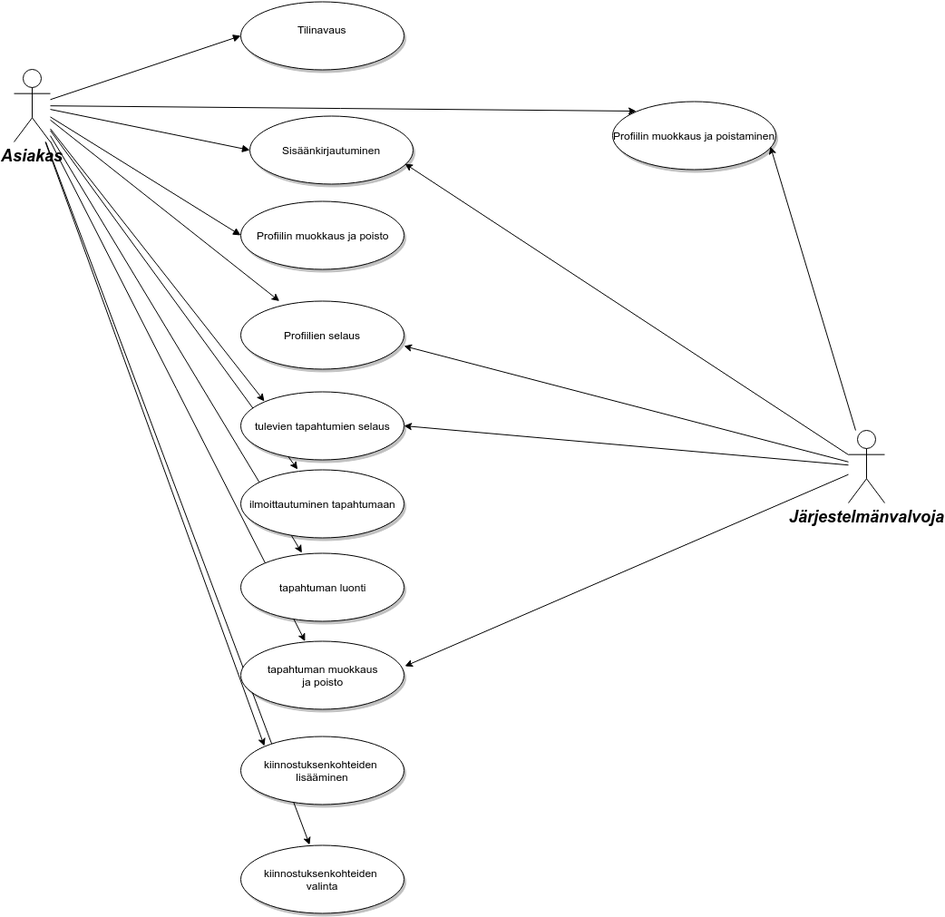
The draw.io diagram doc/-Life For The Oldies- käyttötapaukset .png in Ilpolainen/Tsoha-Bootstrap, before a commit. Source tidied: cells renumbered, new cells last; positions are measured from the earlier drawing's top-left corner, leaving out a move shared by most shapes.
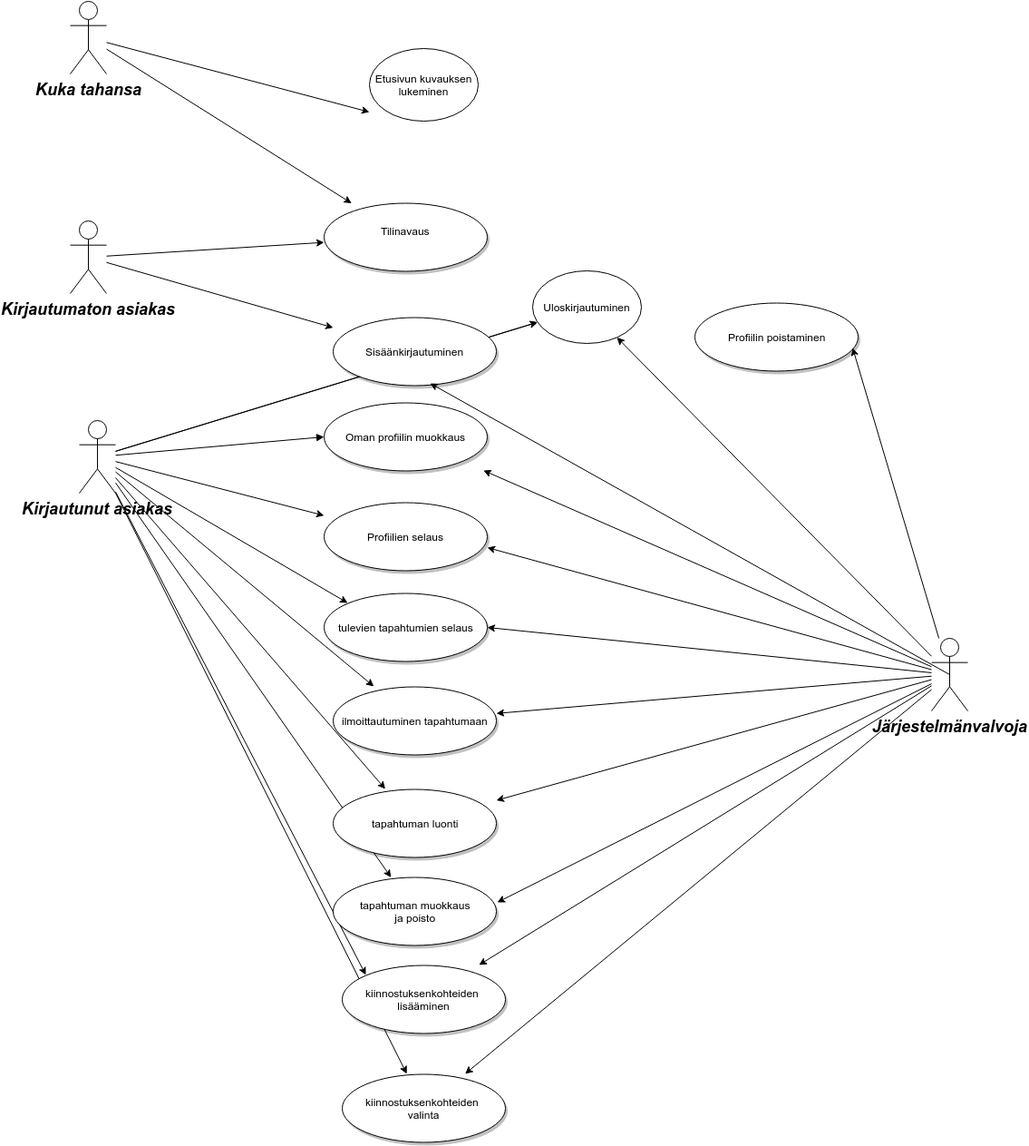
The same diagram one commit later.

Diff of the diagram source:
```diff
@@ -20,9 +20,6 @@
     <mxCell id="7" style="edgeStyle=none;rounded=0;html=1;jettySize=auto;" parent="1" edge="1" source="12" target="21">
       <mxGeometry relative="1" as="geometry" />
     </mxCell>
-    <mxCell id="8" style="edgeStyle=none;rounded=0;html=1;entryX=0.145;entryY=0.145;entryPerimeter=0;jettySize=auto;" parent="1" edge="1" source="12" target="20">
-      <mxGeometry relative="1" as="geometry" />
-    </mxCell>
     <mxCell id="9" style="edgeStyle=none;rounded=0;html=1;entryX=0.145;entryY=0.145;entryPerimeter=0;jettySize=auto;" parent="1" edge="1" source="12" target="29">
       <mxGeometry relative="1" as="geometry" />
     </mxCell>
@@ -32,8 +29,14 @@
     <mxCell id="11" style="edgeStyle=none;rounded=0;html=1;entryX=0.145;entryY=0.145;entryPerimeter=0;jettySize=auto;" parent="1" edge="1" source="12" target="18">
       <mxGeometry relative="1" as="geometry" />
     </mxCell>
+    <mxCell id="31" style="edgeStyle=none;rounded=0;html=1;jettySize=auto;" parent="1" edge="1" source="12" target="42">
+      <mxGeometry relative="1" as="geometry" />
+    </mxCell>
+    <mxCell id="32" style="edgeStyle=none;rounded=0;html=1;jettySize=auto;" parent="1" edge="1" source="12" target="42">
+      <mxGeometry relative="1" as="geometry" />
+    </mxCell>
-    <mxCell id="12" value="Asiakas&lt;div&gt;&lt;br&gt;&lt;/div&gt;" style="shape=umlActor;verticalLabelPosition=bottom;verticalAlign=top;fillColor=#FFFFFF;strokeColor=#000000;fontStyle=3;fontSize=18;fontFamily=Helvetica;strokeWidth=1;html=1;gradientColor=none;" parent="1" vertex="1">
-      <mxGeometry y="75" width="40" height="80" as="geometry" />
+    <mxCell id="12" value="Kirjautunut asiakas&lt;div&gt;&lt;br&gt;&lt;/div&gt;" style="shape=umlActor;verticalLabelPosition=bottom;verticalAlign=top;fillColor=#FFFFFF;strokeColor=#000000;fontStyle=3;fontSize=18;fontFamily=Helvetica;strokeWidth=1;html=1;gradientColor=none;" parent="1" vertex="1">
+      <mxGeometry x="-20" y="240" width="40" height="80" as="geometry" />
     </mxCell>
     <mxCell id="13" value="Sisäänkirjautuminen" style="shape=mxgraph.flowchart.on-page_reference;fillColor=#FFFFFF;strokeColor=#000000;strokeWidth=1;shadow=1;gradientColor=none;html=1;" parent="1" vertex="1">
       <mxGeometry x="260" y="126" width="180" height="75" as="geometry" />
@@ -41,33 +44,27 @@
     <mxCell id="14" value="Tilinavaus&lt;div&gt;&lt;br&gt;&lt;/div&gt;" style="shape=mxgraph.flowchart.on-page_reference;fillColor=#FFFFFF;strokeColor=#000000;strokeWidth=1;shadow=1;gradientColor=none;html=1;" parent="1" vertex="1">
       <mxGeometry x="250" y="0.5" width="180" height="75" as="geometry" />
     </mxCell>
-    <mxCell id="15" value="Profiilin muokkaus ja poisto" style="shape=mxgraph.flowchart.on-page_reference;fillColor=#FFFFFF;strokeColor=#000000;strokeWidth=1;shadow=1;gradientColor=none;html=1;" parent="1" vertex="1">
+    <mxCell id="15" value="Oman profiilin muokkaus" style="shape=mxgraph.flowchart.on-page_reference;fillColor=#FFFFFF;strokeColor=#000000;strokeWidth=1;shadow=1;gradientColor=none;html=1;" parent="1" vertex="1">
       <mxGeometry x="250" y="220" width="180" height="75" as="geometry" />
     </mxCell>
     <mxCell id="16" value="Profiilien selaus" style="shape=mxgraph.flowchart.on-page_reference;fillColor=#FFFFFF;strokeColor=#000000;strokeWidth=1;shadow=1;gradientColor=none;html=1;" parent="1" vertex="1">
       <mxGeometry x="250" y="330.5" width="180" height="75" as="geometry" />
     </mxCell>
     <mxCell id="17" value="tapahtuman luonti" style="shape=mxgraph.flowchart.on-page_reference;fillColor=#FFFFFF;strokeColor=#000000;strokeWidth=1;shadow=1;gradientColor=none;html=1;" parent="1" vertex="1">
-      <mxGeometry x="250" y="608" width="180" height="75" as="geometry" />
+      <mxGeometry x="260" y="646" width="180" height="75" as="geometry" />
     </mxCell>
     <mxCell id="18" value="tulevien tapahtumien selaus" style="shape=mxgraph.flowchart.on-page_reference;fillColor=#FFFFFF;strokeColor=#000000;strokeWidth=1;shadow=1;gradientColor=none;html=1;" parent="1" vertex="1">
       <mxGeometry x="250" y="430" width="180" height="75" as="geometry" />
     </mxCell>
     <mxCell id="19" value="ilmoittautuminen tapahtumaan" style="shape=mxgraph.flowchart.on-page_reference;fillColor=#FFFFFF;strokeColor=#000000;strokeWidth=1;shadow=1;gradientColor=none;html=1;" parent="1" vertex="1">
-      <mxGeometry x="250" y="516" width="180" height="75" as="geometry" />
+      <mxGeometry x="260" y="533" width="180" height="75" as="geometry" />
     </mxCell>
-    <mxCell id="20" value="Profiilin muokkaus ja poistaminen" style="shape=mxgraph.flowchart.on-page_reference;fillColor=#FFFFFF;strokeColor=#000000;strokeWidth=1;shadow=1;gradientColor=none;html=1;" parent="1" vertex="1">
-      <mxGeometry x="660" y="110.5" width="180" height="75" as="geometry" />
+    <mxCell id="20" value="Profiilin poistaminen" style="shape=mxgraph.flowchart.on-page_reference;fillColor=#FFFFFF;strokeColor=#000000;strokeWidth=1;shadow=1;gradientColor=none;html=1;" parent="1" vertex="1">
+      <mxGeometry x="659" y="110.5" width="180" height="75" as="geometry" />
     </mxCell>
     <mxCell id="21" value="tapahtuman muokkaus&lt;div&gt;ja poisto&lt;/div&gt;" style="shape=mxgraph.flowchart.on-page_reference;fillColor=#FFFFFF;strokeColor=#000000;strokeWidth=1;shadow=1;gradientColor=none;html=1;" parent="1" vertex="1">
-      <mxGeometry x="250" y="705.5" width="180" height="75" as="geometry" />
+      <mxGeometry x="260" y="743.5" width="180" height="75" as="geometry" />
     </mxCell>
-    <mxCell id="22" style="edgeStyle=none;entryX=0;entryY=0.5;entryPerimeter=0;strokeWidth=1;endArrow=block;endFill=1;strokeColor=#000000;html=1;" parent="1" edge="1" source="12" target="13">
-      <mxGeometry as="geometry" />
-    </mxCell>
-    <mxCell id="23" style="edgeStyle=none;entryX=0;entryY=0.5;entryPerimeter=0;strokeWidth=1;endArrow=block;endFill=1;strokeColor=#000000;html=1;" parent="1" edge="1" source="12" target="14">
-      <mxGeometry as="geometry" />
-    </mxCell>
     <mxCell id="24" style="edgeStyle=none;entryX=0;entryY=0.5;entryPerimeter=0;strokeWidth=1;endArrow=block;endFill=1;strokeColor=#000000;html=1;" parent="1" edge="1" source="12" target="15">
       <mxGeometry as="geometry" />
     </mxCell>
@@ -77,17 +74,61 @@
     <mxCell id="26" style="edgeStyle=none;rounded=0;html=1;entryX=1.006;entryY=0.367;entryPerimeter=0;jettySize=auto;" parent="1" edge="1" source="28" target="21">
       <mxGeometry relative="1" as="geometry" />
     </mxCell>
+    <mxCell id="33" style="edgeStyle=none;rounded=0;html=1;jettySize=auto;" parent="1" edge="1" source="28" target="19">
+      <mxGeometry relative="1" as="geometry" />
+    </mxCell>
-    <mxCell id="27" style="edgeStyle=none;rounded=0;html=1;entryX=0.95;entryY=0.707;entryPerimeter=0;jettySize=auto;" parent="1" edge="1" source="28" target="13">
+    <mxCell id="27" style="edgeStyle=none;rounded=0;html=1;exitX=0.5;exitY=0.5;exitPerimeter=0;entryX=0.594;entryY=0.973;entryPerimeter=0;jettySize=auto;" parent="1" edge="1" source="28" target="13">
       <mxGeometry relative="1" as="geometry" />
     </mxCell>
+    <mxCell id="34" style="edgeStyle=none;rounded=0;html=1;jettySize=auto;" parent="1" edge="1" source="28" target="15">
+      <mxGeometry relative="1" as="geometry" />
+    </mxCell>
+    <mxCell id="35" style="edgeStyle=none;rounded=0;html=1;jettySize=auto;" parent="1" edge="1" source="28" target="17">
+      <mxGeometry relative="1" as="geometry" />
+    </mxCell>
+    <mxCell id="36" style="edgeStyle=none;rounded=0;html=1;jettySize=auto;" parent="1" edge="1" source="28" target="29">
+      <mxGeometry relative="1" as="geometry" />
+    </mxCell>
+    <mxCell id="37" style="edgeStyle=none;rounded=0;html=1;jettySize=auto;" parent="1" edge="1" source="28" target="30">
+      <mxGeometry relative="1" as="geometry" />
+    </mxCell>
+    <mxCell id="38" style="edgeStyle=none;rounded=0;html=1;jettySize=auto;" parent="1" edge="1" source="28" target="42">
+      <mxGeometry relative="1" as="geometry" />
+    </mxCell>
     <mxCell id="28" value="&lt;div&gt;Järjestelmänvalvoja&lt;/div&gt;&lt;div&gt;&lt;br&gt;&lt;/div&gt;" style="shape=umlActor;verticalLabelPosition=bottom;verticalAlign=top;fillColor=#FFFFFF;strokeColor=#000000;fontStyle=3;fontSize=18;fontFamily=Helvetica;strokeWidth=1;html=1;gradientColor=none;" parent="1" vertex="1">
-      <mxGeometry x="920" y="473" width="40" height="80" as="geometry" />
+      <mxGeometry x="920" y="480" width="40" height="80" as="geometry" />
     </mxCell>
     <mxCell id="29" value="kiinnostuksenkohteiden&amp;nbsp;&lt;div&gt;lisääminen&lt;/div&gt;" style="shape=mxgraph.flowchart.on-page_reference;fillColor=#FFFFFF;strokeColor=#000000;strokeWidth=1;shadow=1;gradientColor=none;html=1;" parent="1" vertex="1">
-      <mxGeometry x="250" y="810" width="180" height="75" as="geometry" />
+      <mxGeometry x="270" y="840" width="180" height="75" as="geometry" />
     </mxCell>
     <mxCell id="30" value="kiinnostuksenkohteiden&amp;nbsp;&lt;div&gt;valinta&lt;/div&gt;" style="shape=mxgraph.flowchart.on-page_reference;fillColor=#FFFFFF;strokeColor=#000000;strokeWidth=1;shadow=1;gradientColor=none;html=1;" parent="1" vertex="1">
-      <mxGeometry x="250" y="930" width="180" height="75" as="geometry" />
+      <mxGeometry x="270" y="960" width="180" height="75" as="geometry" />
     </mxCell>
+    <mxCell id="39" style="edgeStyle=none;rounded=0;html=1;jettySize=auto;" parent="1" edge="1" source="41" target="14">
+      <mxGeometry relative="1" as="geometry" />
+    </mxCell>
+    <mxCell id="40" style="edgeStyle=none;rounded=0;html=1;jettySize=auto;" parent="1" edge="1" source="41">
+      <mxGeometry relative="1" as="geometry">
+        <mxPoint x="300" y="-100" as="targetPoint" />
+      </mxGeometry>
+    </mxCell>
+    <mxCell id="41" value="Kuka tahansa" style="shape=umlActor;verticalLabelPosition=bottom;verticalAlign=top;fillColor=#FFFFFF;strokeColor=#000000;fontStyle=3;fontSize=18;fontFamily=Helvetica;strokeWidth=1;html=1;gradientColor=none;" parent="1" vertex="1">
+      <mxGeometry x="-30" y="-222" width="40" height="80" as="geometry" />
+    </mxCell>
+    <mxCell id="42" value="Uloskirjautuminen" style="ellipse;whiteSpace=wrap;html=1;" parent="1" vertex="1">
+      <mxGeometry x="480" y="75" width="120" height="80" as="geometry" />
+    </mxCell>
+    <mxCell id="43" value="Etusivun kuvauksen lukeminen" style="ellipse;whiteSpace=wrap;html=1;" parent="1" vertex="1">
+      <mxGeometry x="300" y="-170" width="120" height="80" as="geometry" />
+    </mxCell>
+    <mxCell id="44" style="edgeStyle=none;rounded=0;html=1;jettySize=auto;" parent="1" edge="1" source="46" target="14">
+      <mxGeometry relative="1" as="geometry" />
+    </mxCell>
+    <mxCell id="45" style="edgeStyle=none;rounded=0;html=1;jettySize=auto;" parent="1" edge="1" source="46" target="13">
+      <mxGeometry relative="1" as="geometry" />
+    </mxCell>
+    <mxCell id="46" value="Kirjautumaton asiakas" style="shape=umlActor;verticalLabelPosition=bottom;verticalAlign=top;fillColor=#FFFFFF;strokeColor=#000000;fontStyle=3;fontSize=18;fontFamily=Helvetica;strokeWidth=1;html=1;gradientColor=none;" parent="1" vertex="1">
+      <mxGeometry x="-30" y="20" width="40" height="80" as="geometry" />
+    </mxCell>
   </root>
 </mxGraphModel>
```
